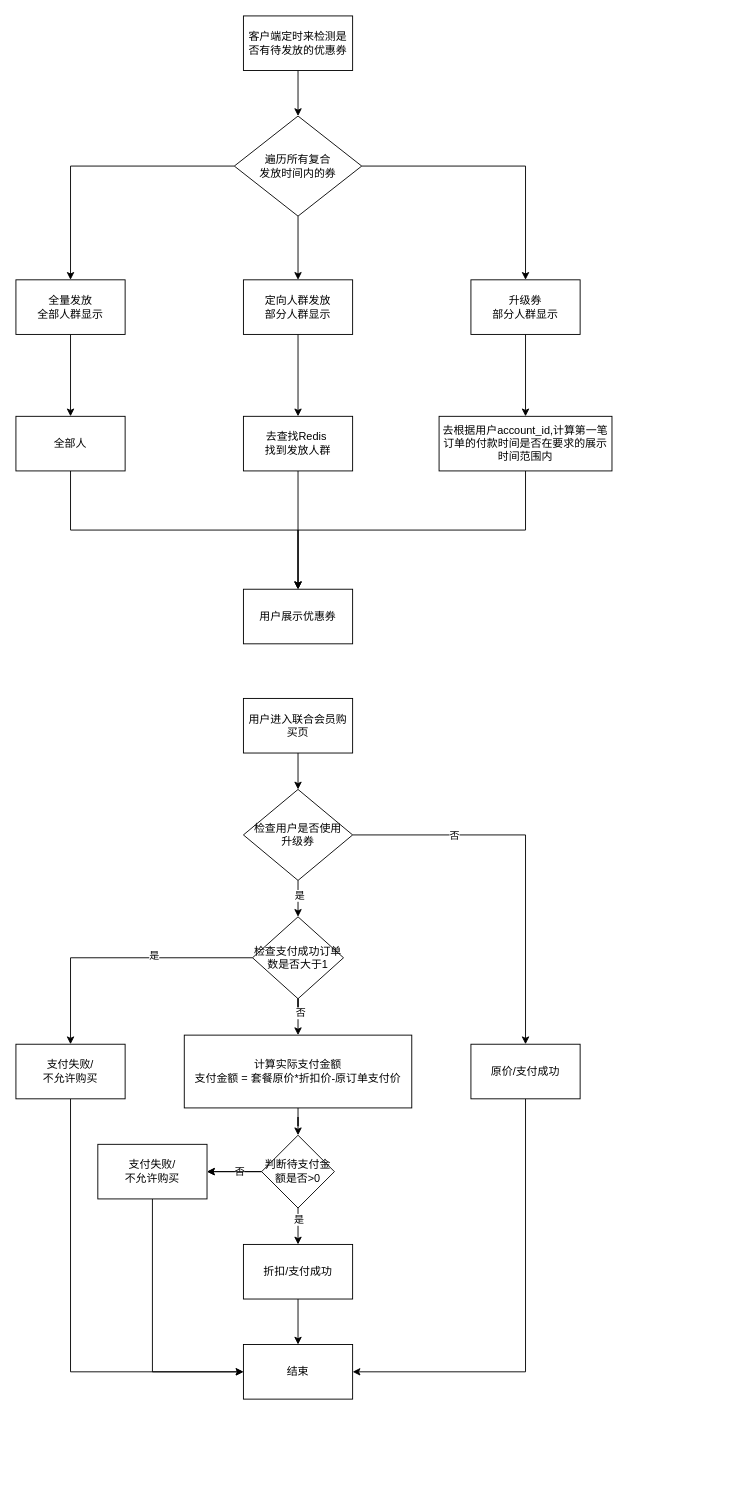
The draw.io diagram 流程图/联合会员优惠券.drawio in sunshibao/draw, before the edit. Source tidied: cells renumbered, new cells numbered last; positions are measured from the earlier drawing's top-left corner, leaving out a move shared by most shapes. Both pictures are drawn from the tidied source at 91%, with x=0, y=0 at pixel (15, 15).
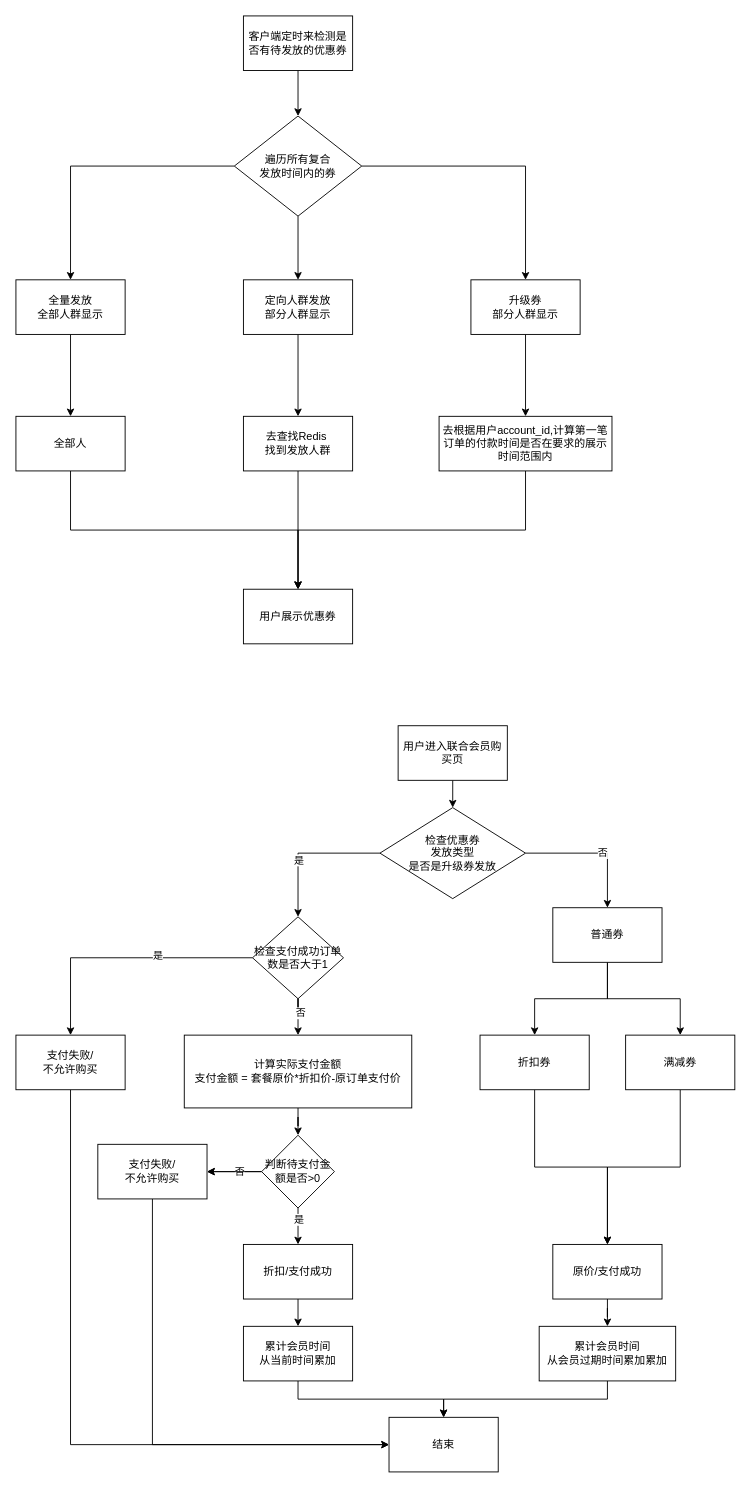
Above is the later version.

Commit message:
更新联合会员优惠券.drawio

Unchanged cells that the change refers to:
```xml
<mxCell id="46" value="折扣/支付成功" style="rounded=0;whiteSpace=wrap;html=1;" parent="1" vertex="1">
  <mxGeometry x="250" y="1350" width="120" height="60" as="geometry" />
</mxCell>
<mxCell id="50" value="检查支付成功订单数是否大于1" style="rhombus;whiteSpace=wrap;html=1;" parent="1" vertex="1">
  <mxGeometry x="260" y="990" width="100" height="90" as="geometry" />
</mxCell>
```

What changed in the source:
```diff
@@
-    <mxCell id="21" style="edgeStyle=orthogonalEdgeStyle;rounded=0;jettySize=auto;html=1;exitX=0.5;exitY=1;exitDx=0;exitDy=0;" parent="1" edge="1" source="22" target="26">
-      <mxGeometry relative="1" as="geometry" />
-    </mxCell>
+    <mxCell id="51" style="edgeStyle=orthogonalEdgeStyle;rounded=0;jettySize=auto;html=1;exitX=0.5;exitY=1;exitDx=0;exitDy=0;entryX=0.5;entryY=0;entryDx=0;entryDy=0;" parent="1" edge="1" source="22" target="59">
+      <mxGeometry relative="1" as="geometry" />
+    </mxCell>
     <mxCell id="22" value="用户进入联合会员购买页" style="rounded=0;whiteSpace=wrap;html=1;" parent="1" vertex="1">
-      <mxGeometry x="250" y="750" width="120" height="60" as="geometry" />
+      <mxGeometry x="420" y="780" width="120" height="60" as="geometry" />
     </mxCell>
@@
-    <mxCell id="24" style="edgeStyle=orthogonalEdgeStyle;rounded=0;jettySize=auto;html=1;exitX=1;exitY=0.5;exitDx=0;exitDy=0;" parent="1" edge="1" source="26" target="28">
-      <mxGeometry relative="1" as="geometry" />
-    </mxCell>
-    <mxCell id="25" value="否" style="edgeLabel;html=1;align=center;verticalAlign=middle;" parent="24" vertex="1">
-      <mxGeometry x="-0.47" relative="1" as="geometry" />
-    </mxCell>
-    <mxCell id="26" value="检查用户是否使用&lt;div&gt;升级券&lt;/div&gt;" style="rhombus;whiteSpace=wrap;html=1;" parent="1" vertex="1">
-      <mxGeometry x="250" y="850" width="120" height="100" as="geometry" />
-    </mxCell>
-    <mxCell id="27" style="edgeStyle=orthogonalEdgeStyle;rounded=0;jettySize=auto;html=1;exitX=0.5;exitY=1;exitDx=0;exitDy=0;entryX=1;entryY=0.5;entryDx=0;entryDy=0;" parent="1" edge="1" source="28" target="47">
-      <mxGeometry relative="1" as="geometry" />
-    </mxCell>
+    <mxCell id="52" style="edgeStyle=orthogonalEdgeStyle;rounded=0;jettySize=auto;html=1;exitX=0.5;exitY=1;exitDx=0;exitDy=0;" parent="1" edge="1" source="28" target="66">
+      <mxGeometry relative="1" as="geometry" />
+    </mxCell>
     <mxCell id="28" value="原价/支付成功" style="rounded=0;whiteSpace=wrap;html=1;" parent="1" vertex="1">
-      <mxGeometry x="500" y="1130" width="120" height="60" as="geometry" />
+      <mxGeometry x="590" y="1350" width="120" height="60" as="geometry" />
     </mxCell>
@@
     <mxCell id="34" value="支付失败/&lt;div&gt;不允许购买&lt;/div&gt;" style="rounded=0;whiteSpace=wrap;html=1;" parent="1" vertex="1">
-      <mxGeometry y="1130" width="120" height="60" as="geometry" />
+      <mxGeometry y="1120" width="120" height="60" as="geometry" />
     </mxCell>
@@
-    <mxCell id="45" style="edgeStyle=orthogonalEdgeStyle;rounded=0;jettySize=auto;html=1;exitX=0.5;exitY=1;exitDx=0;exitDy=0;entryX=0.5;entryY=0;entryDx=0;entryDy=0;" parent="1" edge="1" source="46" target="47">
-      <mxGeometry relative="1" as="geometry" />
-    </mxCell>
+    <mxCell id="53" style="edgeStyle=orthogonalEdgeStyle;rounded=0;jettySize=auto;html=1;exitX=0.5;exitY=1;exitDx=0;exitDy=0;entryX=0.5;entryY=0;entryDx=0;entryDy=0;" parent="1" edge="1" source="46" target="64">
+      <mxGeometry relative="1" as="geometry" />
+    </mxCell>
@@
     <mxCell id="47" value="结束" style="rounded=0;whiteSpace=wrap;html=1;" parent="1" vertex="1">
-      <mxGeometry x="250" y="1460" width="120" height="60" as="geometry" />
+      <mxGeometry x="410" y="1540" width="120" height="60" as="geometry" />
     </mxCell>
-    <mxCell id="48" style="edgeStyle=orthogonalEdgeStyle;rounded=0;jettySize=auto;html=1;exitX=0.5;exitY=1;exitDx=0;exitDy=0;" parent="1" edge="1" source="26" target="50">
+    <mxCell id="48" style="edgeStyle=orthogonalEdgeStyle;rounded=0;jettySize=auto;html=1;exitX=0;exitY=0.5;exitDx=0;exitDy=0;" parent="1" edge="1" source="59" target="50">
       <mxGeometry relative="1" as="geometry" />
     </mxCell>
     <mxCell id="49" value="是" style="edgeLabel;html=1;align=center;verticalAlign=middle;" parent="48" vertex="1">
-      <mxGeometry x="-0.22" y="1" relative="1" as="geometry" />
+      <mxGeometry x="0.21" relative="1" as="geometry" />
     </mxCell>
@@
+    <mxCell id="54" style="edgeStyle=orthogonalEdgeStyle;rounded=0;jettySize=auto;html=1;exitX=0.5;exitY=1;exitDx=0;exitDy=0;" parent="1" edge="1" source="55" target="28">
+      <mxGeometry relative="1" as="geometry" />
+    </mxCell>
+    <mxCell id="55" value="折扣券" style="rounded=0;whiteSpace=wrap;html=1;" parent="1" vertex="1">
+      <mxGeometry x="510" y="1120" width="120" height="60" as="geometry" />
+    </mxCell>
+    <mxCell id="56" style="edgeStyle=orthogonalEdgeStyle;rounded=0;jettySize=auto;html=1;exitX=0.5;exitY=1;exitDx=0;exitDy=0;" parent="1" edge="1" source="57" target="28">
+      <mxGeometry relative="1" as="geometry" />
+    </mxCell>
+    <mxCell id="57" value="满减券" style="rounded=0;whiteSpace=wrap;html=1;" parent="1" vertex="1">
+      <mxGeometry x="670" y="1120" width="120" height="60" as="geometry" />
+    </mxCell>
+    <mxCell id="58" style="edgeStyle=orthogonalEdgeStyle;rounded=0;jettySize=auto;html=1;exitX=1;exitY=0.5;exitDx=0;exitDy=0;" parent="1" edge="1" source="59" target="62">
+      <mxGeometry relative="1" as="geometry" />
+    </mxCell>
+    <mxCell id="25" value="否" style="edgeLabel;html=1;align=center;verticalAlign=middle;" parent="58" vertex="1">
+      <mxGeometry x="0.12" y="1" relative="1" as="geometry" />
+    </mxCell>
+    <mxCell id="59" value="检查优惠券&lt;div&gt;发放类型&lt;/div&gt;&lt;div&gt;是否是升级券发放&lt;/div&gt;" style="rhombus;whiteSpace=wrap;html=1;" parent="1" vertex="1">
+      <mxGeometry x="400" y="870" width="160" height="100" as="geometry" />
+    </mxCell>
+    <mxCell id="60" style="edgeStyle=orthogonalEdgeStyle;rounded=0;jettySize=auto;html=1;exitX=0.5;exitY=1;exitDx=0;exitDy=0;" parent="1" edge="1" source="62" target="55">
+      <mxGeometry relative="1" as="geometry" />
+    </mxCell>
+    <mxCell id="61" style="edgeStyle=orthogonalEdgeStyle;rounded=0;jettySize=auto;html=1;exitX=0.5;exitY=1;exitDx=0;exitDy=0;" parent="1" edge="1" source="62" target="57">
+      <mxGeometry relative="1" as="geometry" />
+    </mxCell>
+    <mxCell id="62" value="普通券" style="rounded=0;whiteSpace=wrap;html=1;" parent="1" vertex="1">
+      <mxGeometry x="590" y="980" width="120" height="60" as="geometry" />
+    </mxCell>
+    <mxCell id="63" style="edgeStyle=orthogonalEdgeStyle;rounded=0;jettySize=auto;html=1;exitX=0.5;exitY=1;exitDx=0;exitDy=0;" parent="1" edge="1" source="64" target="47">
+      <mxGeometry relative="1" as="geometry" />
+    </mxCell>
+    <mxCell id="64" value="累计会员时间&lt;div&gt;从当前时间累加&lt;/div&gt;" style="rounded=0;whiteSpace=wrap;html=1;" parent="1" vertex="1">
+      <mxGeometry x="250" y="1440" width="120" height="60" as="geometry" />
+    </mxCell>
+    <mxCell id="65" style="edgeStyle=orthogonalEdgeStyle;rounded=0;jettySize=auto;html=1;exitX=0.5;exitY=1;exitDx=0;exitDy=0;" parent="1" edge="1" source="66" target="47">
+      <mxGeometry relative="1" as="geometry" />
+    </mxCell>
+    <mxCell id="66" value="累计会员时间&lt;div&gt;从会员过期时间累加累加&lt;/div&gt;" style="rounded=0;whiteSpace=wrap;html=1;" parent="1" vertex="1">
+      <mxGeometry x="575" y="1440" width="150" height="60" as="geometry" />
+    </mxCell>
```
